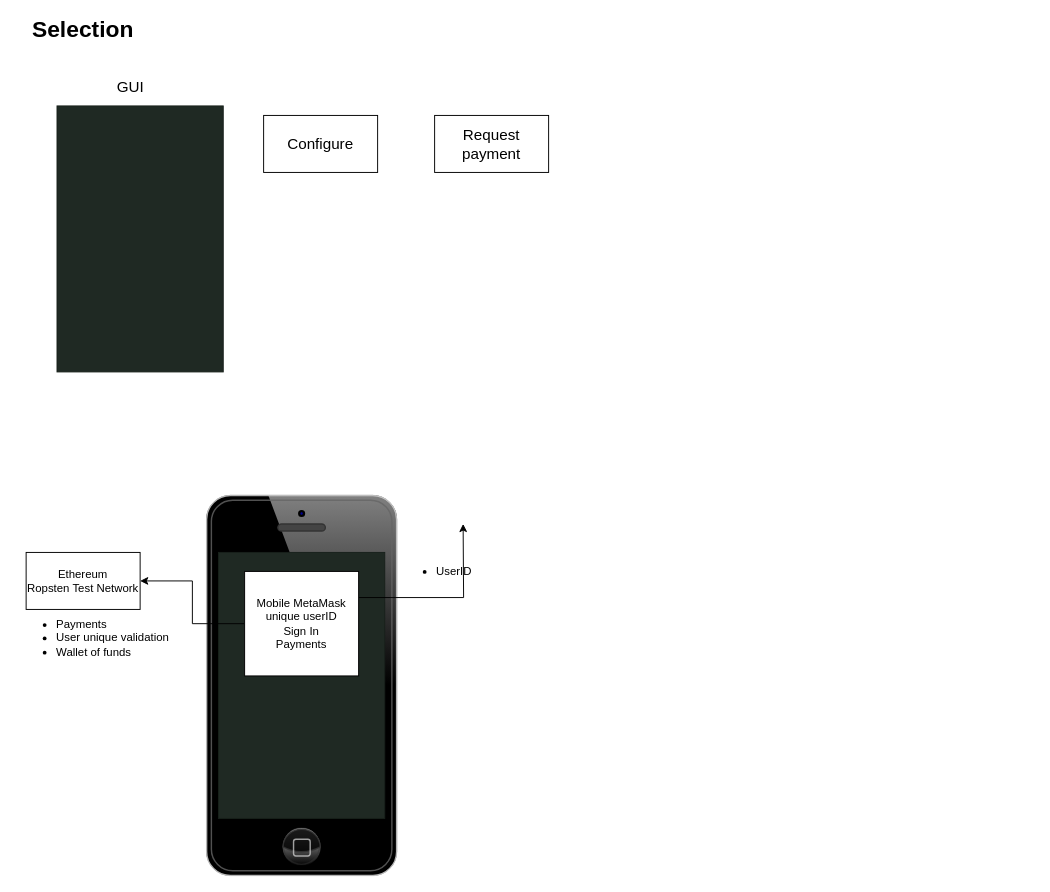
This is page "Software Design" (3 of 3) of SimpleSips.drawio from mukmalone/SimpleSips, a draw.io file, before an edit. Source tidied: cells renumbered, new cells numbered last; positions are measured from the earlier drawing's top-left corner, leaving out a move shared by most shapes. Both pictures are drawn from the tidied source at 95%, with x=0, y=0 at pixel (16, 20).
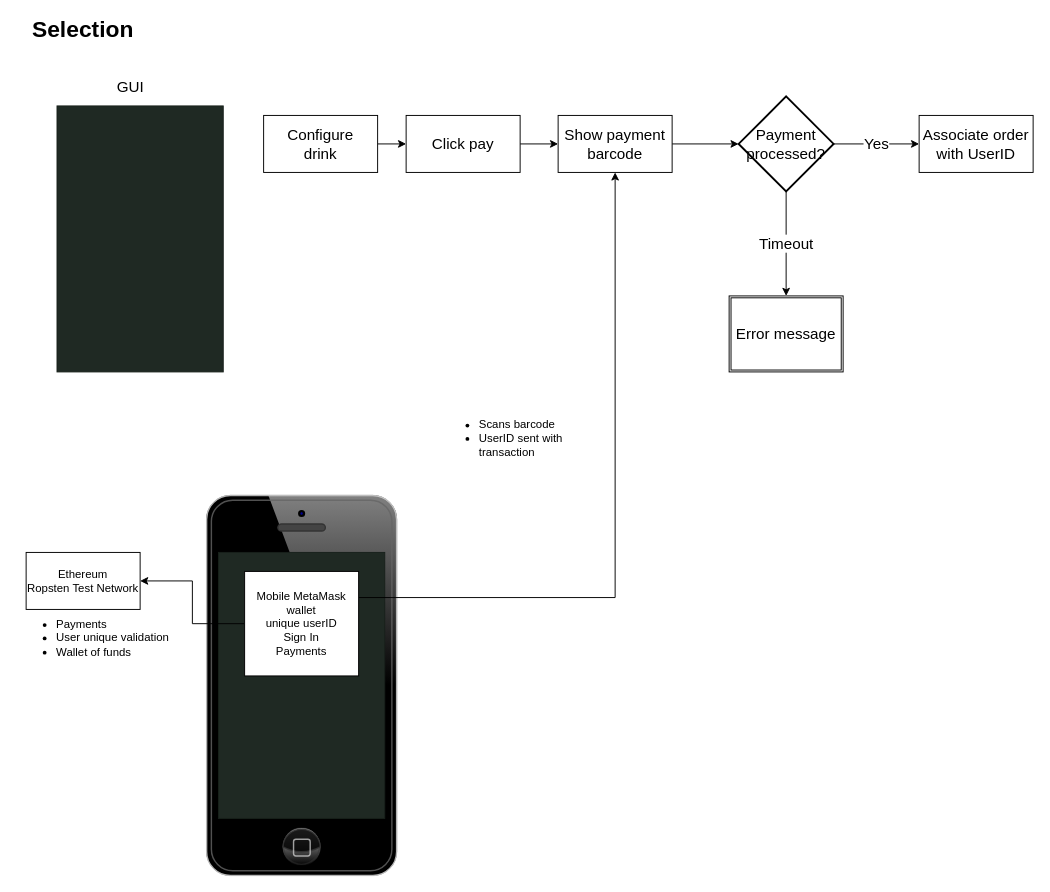
The same diagram, later.

Commit message:
Added payment method

Change to the diagram source:
```diff
@@
-    <mxCell id="3" style="edgeStyle=orthogonalEdgeStyle;rounded=0;jettySize=auto;html=1;exitX=1;exitY=0.25;exitDx=0;exitDy=0;entryX=0;entryY=0.5;entryDx=0;entryDy=0;" parent="1" edge="1" source="5">
-      <mxGeometry relative="1" as="geometry">
-        <mxPoint x="470" y="530" as="targetPoint" />
-      </mxGeometry>
-    </mxCell>
@@
+    <mxCell id="14" style="edgeStyle=orthogonalEdgeStyle;rounded=0;jettySize=auto;html=1;exitX=1;exitY=0.25;exitDx=0;exitDy=0;fontSize=16;" parent="1" edge="1" source="5" target="23">
+      <mxGeometry relative="1" as="geometry" />
+    </mxCell>
-    <mxCell id="5" value="Mobile MetaMask&lt;br&gt;unique userID&lt;br&gt;Sign In&lt;br&gt;Payments" style="rounded=0;whiteSpace=wrap;html=1;" parent="1" vertex="1">
+    <mxCell id="5" value="Mobile MetaMask wallet&lt;br&gt;unique userID&lt;br&gt;Sign In&lt;br&gt;Payments" style="rounded=0;whiteSpace=wrap;html=1;" parent="1" vertex="1">
       <mxGeometry x="240" y="580" width="120" height="110" as="geometry" />
     </mxCell>
@@
-    <mxCell id="8" value="&lt;ul&gt;&lt;li&gt;UserID&lt;/li&gt;&lt;/ul&gt;" style="text;html=1;strokeColor=none;fillColor=none;align=left;verticalAlign=middle;whiteSpace=wrap;rounded=0;" parent="1" vertex="1">
-      <mxGeometry x="400" y="570" width="110" height="20" as="geometry" />
+    <mxCell id="8" value="&lt;ul&gt;&lt;li&gt;Scans barcode&lt;/li&gt;&lt;li&gt;UserID sent with transaction&lt;/li&gt;&lt;/ul&gt;" style="text;html=1;strokeColor=none;fillColor=none;align=left;verticalAlign=middle;whiteSpace=wrap;rounded=0;" parent="1" vertex="1">
+      <mxGeometry x="445" y="430" width="170" height="20" as="geometry" />
     </mxCell>
@@
+    <mxCell id="15" style="edgeStyle=orthogonalEdgeStyle;rounded=0;jettySize=auto;html=1;exitX=1;exitY=0.5;exitDx=0;exitDy=0;entryX=0;entryY=0.5;entryDx=0;entryDy=0;fontSize=16;" parent="1" edge="1" source="12" target="23">
+      <mxGeometry relative="1" as="geometry" />
+    </mxCell>
-    <mxCell id="12" value="Request payment" style="rounded=0;whiteSpace=wrap;html=1;fontSize=16;align=center;" parent="1" vertex="1">
-      <mxGeometry x="440" y="100" width="120" height="60" as="geometry" />
+    <mxCell id="12" value="Click pay" style="rounded=0;whiteSpace=wrap;html=1;fontSize=16;align=center;" parent="1" vertex="1">
+      <mxGeometry x="410" y="100" width="120" height="60" as="geometry" />
     </mxCell>
+    <mxCell id="16" style="edgeStyle=orthogonalEdgeStyle;rounded=0;jettySize=auto;html=1;exitX=1;exitY=0.5;exitDx=0;exitDy=0;entryX=0;entryY=0.5;entryDx=0;entryDy=0;fontSize=16;" parent="1" edge="1" source="13" target="12">
+      <mxGeometry relative="1" as="geometry" />
+    </mxCell>
-    <mxCell id="13" value="Configure" style="rounded=0;whiteSpace=wrap;html=1;fontSize=16;align=center;" parent="1" vertex="1">
+    <mxCell id="13" value="Configure&lt;br&gt;drink" style="rounded=0;whiteSpace=wrap;html=1;fontSize=16;align=center;" parent="1" vertex="1">
       <mxGeometry x="260" y="100" width="120" height="60" as="geometry" />
     </mxCell>
+    <mxCell id="17" value="Associate order with UserID" style="rounded=0;whiteSpace=wrap;html=1;fontSize=16;align=center;" parent="1" vertex="1">
+      <mxGeometry x="950" y="100" width="120" height="60" as="geometry" />
+    </mxCell>
+    <mxCell id="18" value="Yes" style="edgeStyle=orthogonalEdgeStyle;rounded=0;jettySize=auto;html=1;exitX=1;exitY=0.5;exitDx=0;exitDy=0;exitPerimeter=0;fontSize=16;" parent="1" edge="1" source="20" target="17">
+      <mxGeometry relative="1" as="geometry" />
+    </mxCell>
+    <mxCell id="19" value="Timeout" style="edgeStyle=orthogonalEdgeStyle;rounded=0;jettySize=auto;html=1;exitX=0.5;exitY=1;exitDx=0;exitDy=0;exitPerimeter=0;entryX=0.5;entryY=0;entryDx=0;entryDy=0;fontSize=16;" parent="1" edge="1" source="20" target="21">
+      <mxGeometry relative="1" as="geometry" />
+    </mxCell>
+    <mxCell id="20" value="Payment processed?" style="strokeWidth=2;html=1;shape=mxgraph.flowchart.decision;whiteSpace=wrap;fontSize=16;align=center;" parent="1" vertex="1">
+      <mxGeometry x="760" y="80" width="100" height="100" as="geometry" />
+    </mxCell>
+    <mxCell id="21" value="Error message" style="shape=ext;double=1;rounded=0;whiteSpace=wrap;html=1;fontSize=16;align=center;" parent="1" vertex="1">
+      <mxGeometry x="750" y="290" width="120" height="80" as="geometry" />
+    </mxCell>
+    <mxCell id="22" style="edgeStyle=orthogonalEdgeStyle;rounded=0;jettySize=auto;html=1;exitX=1;exitY=0.5;exitDx=0;exitDy=0;entryX=0;entryY=0.5;entryDx=0;entryDy=0;entryPerimeter=0;fontSize=16;" parent="1" edge="1" source="23" target="20">
+      <mxGeometry relative="1" as="geometry" />
+    </mxCell>
+    <mxCell id="23" value="Show payment barcode" style="rounded=0;whiteSpace=wrap;html=1;fontSize=16;align=center;" parent="1" vertex="1">
+      <mxGeometry x="570" y="100" width="120" height="60" as="geometry" />
+    </mxCell>
```
